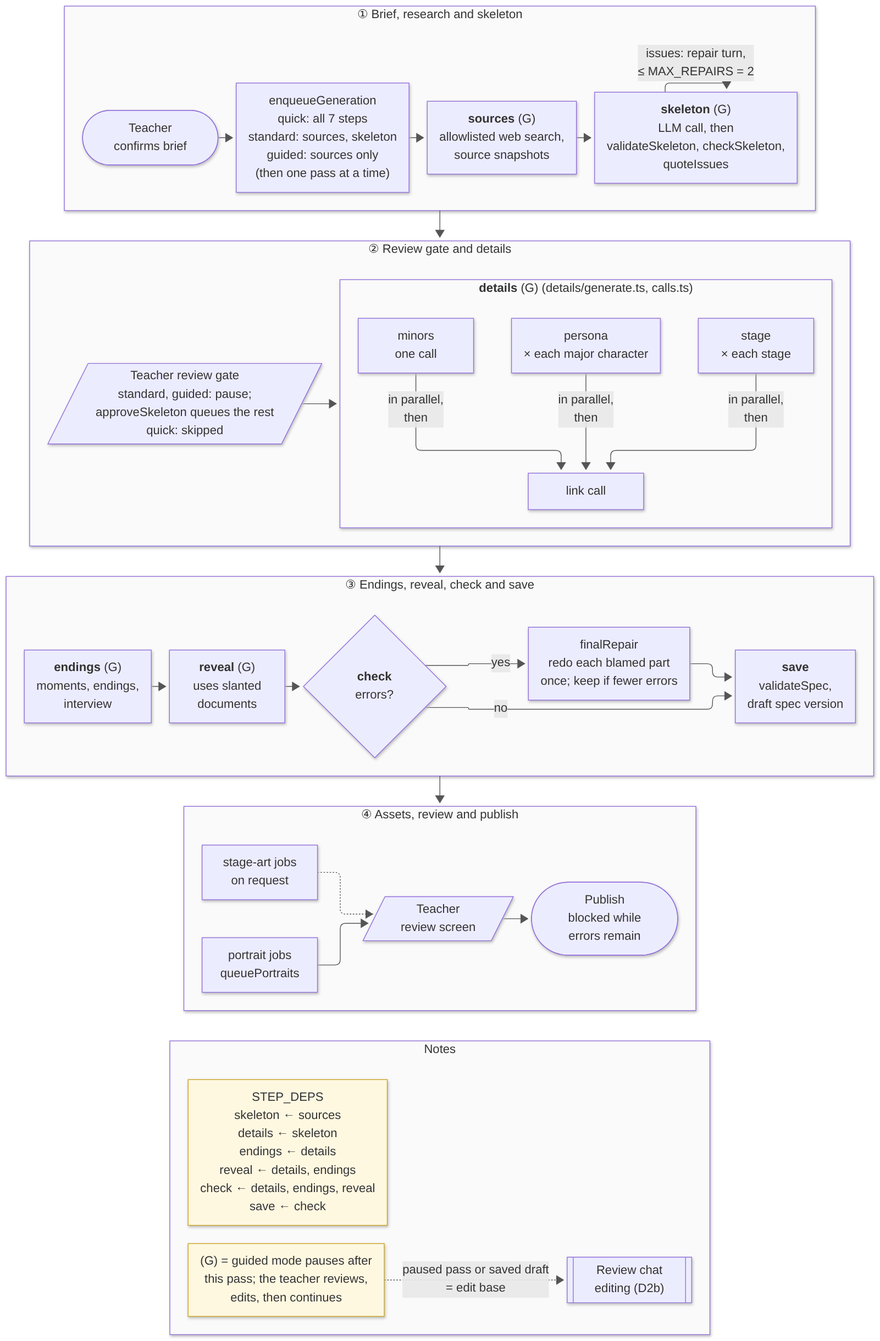
damiancxliew/CS3216_Assignment3 keeps this Mermaid diagram as docs/diagrams/png/d2-generation-pipeline.png. Above is the earlier version. Its source is kept beside it as docs/diagrams/d2-generation-pipeline.mmd. Source of this version:
```mermaid
flowchart TD
  subgraph R1["① Brief, research and skeleton"]
    direction LR
    BRIEF(["Teacher<br/>confirms brief"]) --> ENQ["enqueueGeneration<br/>quick: all 7 steps<br/>standard: sources, skeleton<br/>guided: sources only<br/>(then one pass at a time)"]
    ENQ --> SRC["<b>sources</b> (G)<br/>allowlisted web search,<br/>source snapshots"]
    SRC --> SK["<b>skeleton</b> (G)<br/>LLM call, then<br/>validateSkeleton, checkSkeleton,<br/>quoteIssues"]
    SK -->|"issues: repair turn,<br/>≤ MAX_REPAIRS = 2"| SK
  end

  subgraph R2["② Review gate and details"]
    direction LR
    GATE[/"Teacher review gate<br/>standard, guided: pause;<br/>approveSkeleton queues the rest<br/>quick: skipped"/]
    subgraph DET["<b>details</b> (G) (details/generate.ts, calls.ts)"]
      direction TB
      ST["stage<br/>× each stage"]
      PE["persona<br/>× each major character"]
      MI["minors<br/>one call"]
      LK["link call"]
      ST & PE & MI -->|"in parallel,<br/>then"| LK
    end
    GATE --> DET
  end

  subgraph R3["③ Endings, reveal, check and save"]
    direction LR
    END["<b>endings</b> (G)<br/>moments, endings,<br/>interview"] --> RV["<b>reveal</b> (G)<br/>uses slanted<br/>documents"]
    RV --> CHK{"<b>check</b><br/>errors?"}
    CHK -->|yes| FR["finalRepair<br/>redo each blamed part<br/>once; keep if fewer errors"]
    CHK -->|no| SAVE
    FR --> SAVE["<b>save</b><br/>validateSpec,<br/>draft spec version"]
  end

  subgraph R4["④ Assets, review and publish"]
    direction LR
    POR["portrait jobs<br/>queuePortraits"] --> REVIEW[/"Teacher<br/>review screen"/]
    ART["stage-art jobs<br/>on request"] -.-> REVIEW
    REVIEW --> PUB(["Publish<br/>blocked while<br/>errors remain"])
  end

  subgraph R5["Notes"]
    direction LR
    DEPS["STEP_DEPS<br/>skeleton ← sources<br/>details ← skeleton<br/>endings ← details<br/>reveal ← details, endings<br/>check ← details, endings, reveal<br/>save ← check"]
    PAUSE["(G) = guided mode pauses after<br/>this pass; the teacher reviews,<br/>edits, then continues"]
    PAUSE -.->|"paused pass or saved draft<br/>= edit base"| D2B[["Review chat<br/>editing (D2b)"]]
  end

  R1 --> R2 --> R3 --> R4
  R4 ~~~ R5

  classDef note fill:#fff8e1,stroke:#c9a227,color:#333
  class DEPS,PAUSE note
```
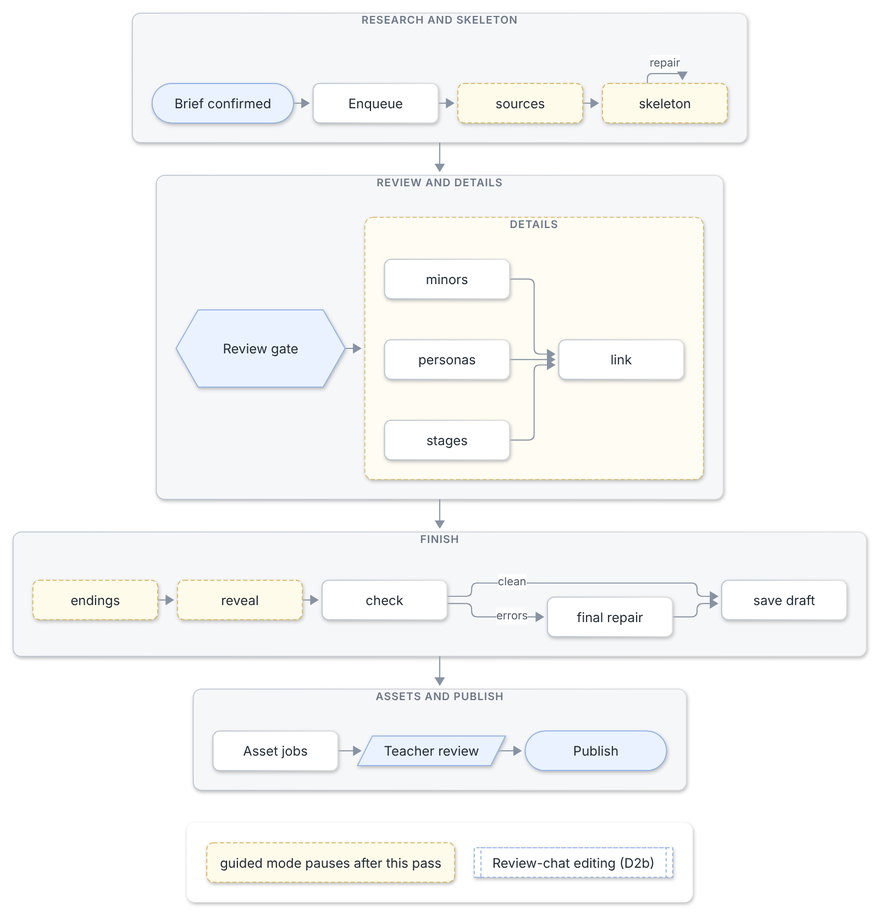
Above is the later version.

Change to the diagram source:
```diff
@@ -1,51 +1,47 @@
-flowchart TD
-  subgraph R1["① Brief, research and skeleton"]
+flowchart TB
+  subgraph R1["Research and skeleton"]
     direction LR
-    BRIEF(["Teacher<br/>confirms brief"]) --> ENQ["enqueueGeneration<br/>quick: all 7 steps<br/>standard: sources, skeleton<br/>guided: sources only<br/>(then one pass at a time)"]
-    ENQ --> SRC["<b>sources</b> (G)<br/>allowlisted web search,<br/>source snapshots"]
-    SRC --> SK["<b>skeleton</b> (G)<br/>LLM call, then<br/>validateSkeleton, checkSkeleton,<br/>quoteIssues"]
-    SK -->|"issues: repair turn,<br/>≤ MAX_REPAIRS = 2"| SK
+    BRIEF(["Brief confirmed"]) --> ENQ["Enqueue"] --> SRC["sources"] --> SK["skeleton"]
+    SK -->|repair| SK
   end
 
-  subgraph R2["② Review gate and details"]
+  subgraph R2["Review and details"]
     direction LR
-    GATE[/"Teacher review gate<br/>standard, guided: pause;<br/>approveSkeleton queues the rest<br/>quick: skipped"/]
-    subgraph DET["<b>details</b> (G) (details/generate.ts, calls.ts)"]
-      direction TB
-      ST["stage<br/>× each stage"]
-      PE["persona<br/>× each major character"]
-      MI["minors<br/>one call"]
-      LK["link call"]
-      ST & PE & MI -->|"in parallel,<br/>then"| LK
+    GATE{{"Review gate"}}
+    subgraph DET["details"]
+      direction LR
+      ST["stages"] & PE["personas"] & MI["minors"] --> LK["link"]
     end
     GATE --> DET
   end
 
-  subgraph R3["③ Endings, reveal, check and save"]
+  subgraph R3["Finish"]
     direction LR
-    END["<b>endings</b> (G)<br/>moments, endings,<br/>interview"] --> RV["<b>reveal</b> (G)<br/>uses slanted<br/>documents"]
-    RV --> CHK{"<b>check</b><br/>errors?"}
-    CHK -->|yes| FR["finalRepair<br/>redo each blamed part<br/>once; keep if fewer errors"]
-    CHK -->|no| SAVE
-    FR --> SAVE["<b>save</b><br/>validateSpec,<br/>draft spec version"]
+    END["endings"] --> RV["reveal"] --> CHK["check"]
+    CHK -->|errors| FR["final repair"] --> SAVE
+    CHK -->|clean| SAVE["save draft"]
   end
 
-  subgraph R4["④ Assets, review and publish"]
+  subgraph R4["Assets and publish"]
     direction LR
-    POR["portrait jobs<br/>queuePortraits"] --> REVIEW[/"Teacher<br/>review screen"/]
-    ART["stage-art jobs<br/>on request"] -.-> REVIEW
-    REVIEW --> PUB(["Publish<br/>blocked while<br/>errors remain"])
-  end
-
-  subgraph R5["Notes"]
-    direction LR
-    DEPS["STEP_DEPS<br/>skeleton ← sources<br/>details ← skeleton<br/>endings ← details<br/>reveal ← details, endings<br/>check ← details, endings, reveal<br/>save ← check"]
-    PAUSE["(G) = guided mode pauses after<br/>this pass; the teacher reviews,<br/>edits, then continues"]
-    PAUSE -.->|"paused pass or saved draft<br/>= edit base"| D2B[["Review chat<br/>editing (D2b)"]]
+    ASSETS["Asset jobs"] --> REV[/"Teacher review"/] --> PUB(["Publish"])
   end
 
   R1 --> R2 --> R3 --> R4
-  R4 ~~~ R5
 
-  classDef note fill:#fff8e1,stroke:#c9a227,color:#333
-  class DEPS,PAUSE note
+  subgraph KEY[" "]
+    direction LR
+    K1["guided mode pauses after this pass"]
+    D2B[["Review-chat editing (D2b)"]]
+    K1 ~~~ D2B
+  end
+  R4 ~~~ KEY
+
+  classDef actor fill:#eaf2ff,stroke:#8fb0e6
+  classDef xref fill:#ffffff,stroke:#8fb0e6,stroke-dasharray:4 3
+  class BRIEF,GATE,REV,PUB actor
+  classDef guided fill:#fffbea,stroke:#d9b55a,stroke-dasharray:5 3
+  class SRC,SK,END,RV,K1 guided
+  style DET fill:#fffdf3,stroke:#d9b55a,stroke-dasharray:5 3
+  class D2B xref
+  style KEY fill:#ffffff,stroke:#ffffff
```
